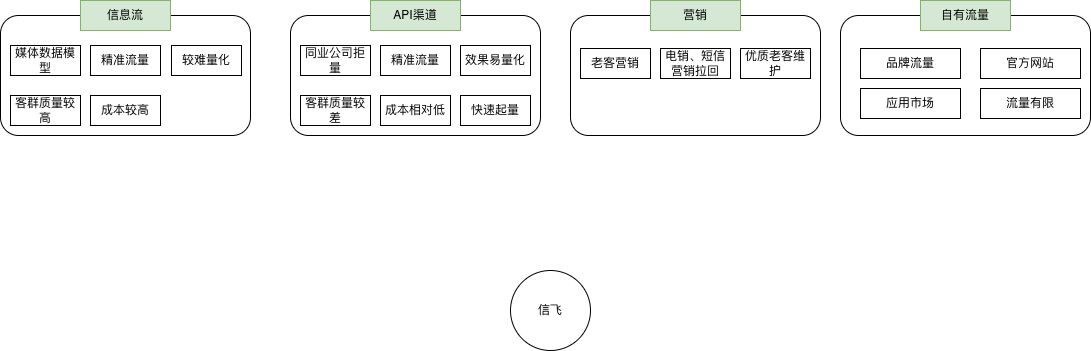
This is 流量来源.png from yuanlj-tea/picgo, a draw.io export, as it was before one commit. Source tidied: cells renumbered, new cells last; positions are measured from the earlier drawing's top-left corner, leaving out a move shared by most shapes.
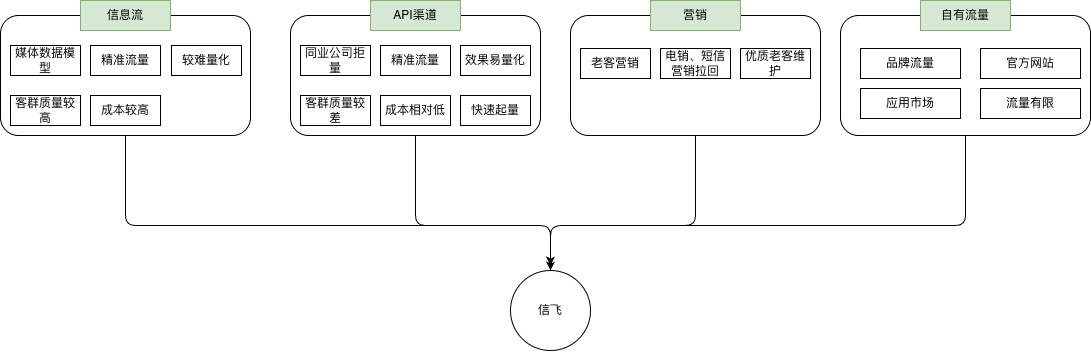
Above is the later version.

Commit message:
更新流量来源.png

What changed in the source:
```diff
@@ -5,18 +5,43 @@
     <mxCell id="2" value="信飞" style="ellipse;whiteSpace=wrap;html=1;" parent="1" vertex="1">
       <mxGeometry x="510" y="270" width="80" height="80" as="geometry" />
     </mxCell>
+    <mxCell id="29" style="edgeStyle=orthogonalEdgeStyle;rounded=1;jettySize=auto;html=1;entryX=0.5;entryY=0;entryDx=0;entryDy=0;curved=0;" parent="1" edge="1" source="3" target="2">
+      <mxGeometry relative="1" as="geometry">
+        <Array as="points">
+          <mxPoint x="125" y="225" />
+          <mxPoint x="550" y="225" />
+        </Array>
+      </mxGeometry>
+    </mxCell>
     <mxCell id="3" style="rounded=1;whiteSpace=wrap;html=1;" parent="1" vertex="1">
       <mxGeometry y="15" width="250" height="120" as="geometry" />
     </mxCell>
     <mxCell id="4" value="信息流" style="rounded=0;whiteSpace=wrap;html=1;fillColor=#d5e8d4;strokeColor=#82b366;" parent="1" vertex="1">
       <mxGeometry x="80" width="90" height="30" as="geometry" />
     </mxCell>
+    <mxCell id="30" style="edgeStyle=orthogonalEdgeStyle;shape=connector;curved=0;rounded=1;jettySize=auto;html=1;strokeColor=default;align=center;verticalAlign=middle;fontFamily=Helvetica;fontSize=11;fontColor=default;labelBackgroundColor=default;endArrow=classic;" parent="1" edge="1" source="5">
+      <mxGeometry relative="1" as="geometry">
+        <mxPoint x="550" y="265" as="targetPoint" />
+        <Array as="points">
+          <mxPoint x="415" y="225" />
+          <mxPoint x="550" y="225" />
+        </Array>
+      </mxGeometry>
+    </mxCell>
     <mxCell id="5" style="rounded=1;whiteSpace=wrap;html=1;" parent="1" vertex="1">
       <mxGeometry x="290" y="15" width="250" height="120" as="geometry" />
     </mxCell>
     <mxCell id="6" value="API渠道" style="rounded=0;whiteSpace=wrap;html=1;fillColor=#d5e8d4;strokeColor=#82b366;" parent="1" vertex="1">
       <mxGeometry x="370" width="90" height="30" as="geometry" />
     </mxCell>
+    <mxCell id="31" style="edgeStyle=orthogonalEdgeStyle;shape=connector;curved=0;rounded=1;jettySize=auto;html=1;strokeColor=default;align=center;verticalAlign=middle;fontFamily=Helvetica;fontSize=11;fontColor=default;labelBackgroundColor=default;endArrow=classic;entryX=0.5;entryY=0;entryDx=0;entryDy=0;" parent="1" edge="1" source="7" target="2">
+      <mxGeometry relative="1" as="geometry">
+        <Array as="points">
+          <mxPoint x="695" y="225" />
+          <mxPoint x="550" y="225" />
+        </Array>
+      </mxGeometry>
+    </mxCell>
     <mxCell id="7" style="rounded=1;whiteSpace=wrap;html=1;" parent="1" vertex="1">
       <mxGeometry x="570" y="15" width="250" height="120" as="geometry" />
     </mxCell>
@@ -35,6 +60,14 @@
     <mxCell id="12" value="客群质量较高" style="rounded=0;whiteSpace=wrap;html=1;" parent="1" vertex="1">
       <mxGeometry x="10" y="95" width="70" height="30" as="geometry" />
     </mxCell>
+    <mxCell id="32" style="edgeStyle=orthogonalEdgeStyle;shape=connector;curved=0;rounded=1;jettySize=auto;html=1;strokeColor=default;align=center;verticalAlign=middle;fontFamily=Helvetica;fontSize=11;fontColor=default;labelBackgroundColor=default;endArrow=classic;entryX=0.5;entryY=0;entryDx=0;entryDy=0;" parent="1" edge="1" source="13" target="2">
+      <mxGeometry relative="1" as="geometry">
+        <Array as="points">
+          <mxPoint x="965" y="225" />
+          <mxPoint x="550" y="225" />
+        </Array>
+      </mxGeometry>
+    </mxCell>
     <mxCell id="13" style="rounded=1;whiteSpace=wrap;html=1;" parent="1" vertex="1">
       <mxGeometry x="840" y="15" width="250" height="120" as="geometry" />
     </mxCell>
```
